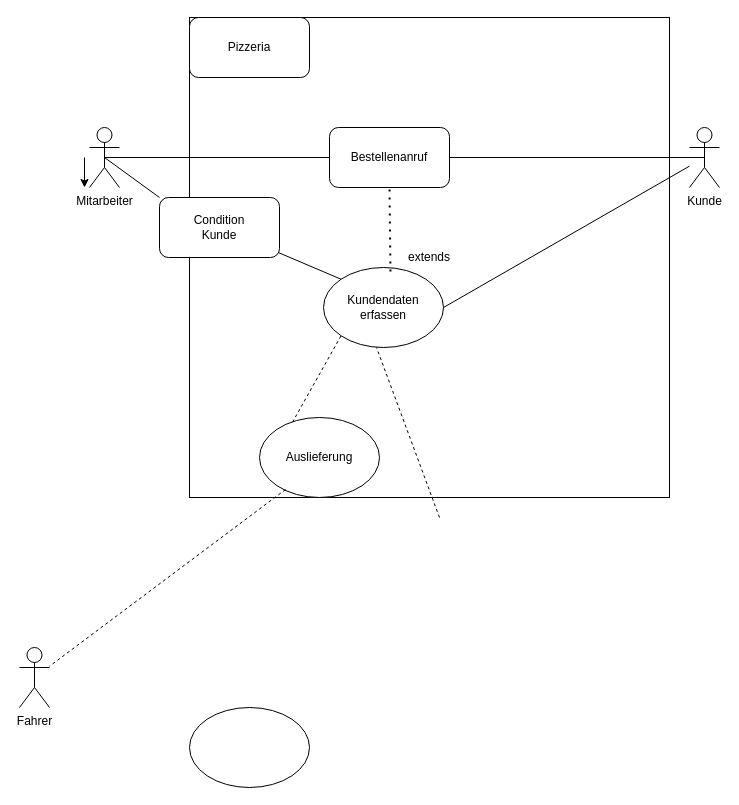
mjasim1965/11d_Klausurvorbereitung_OOP-3 keeps this draw.io diagram as page "Seite-2" (2 of 2) of Unbenanntes Diagramm.drawio. Above is the earlier version. Source tidied: cells renumbered, new cells numbered last; positions are measured from the earlier drawing's top-left corner, leaving out a move shared by most shapes. Both pictures are drawn from the tidied source at 100%, with x=0, y=0 at pixel (19, 17).
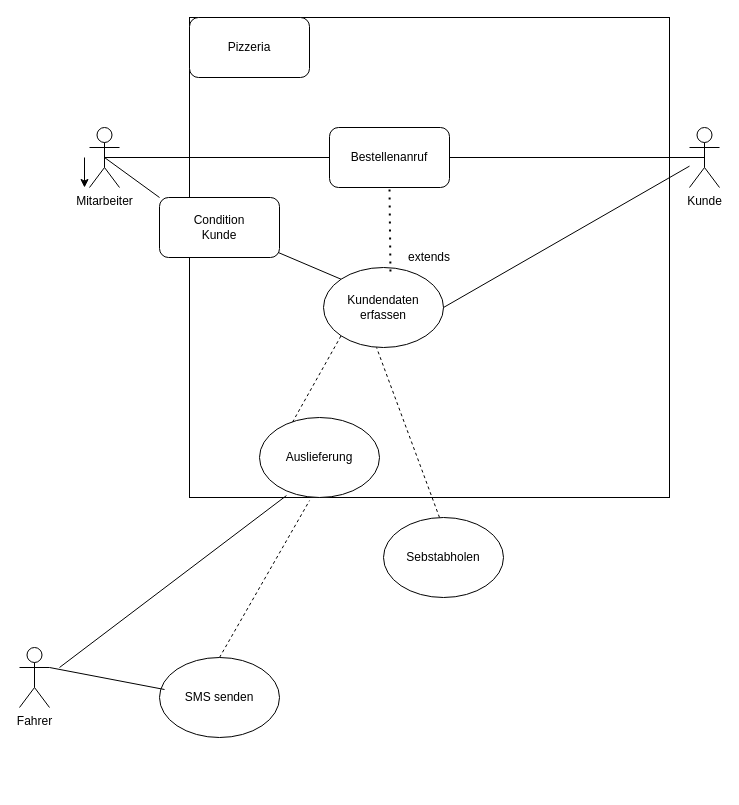
The same diagram, later.

The change refers to these unchanged cells:
```xml
<mxCell id="2" value="extends" style="whiteSpace=wrap;html=1;" parent="1" vertex="1">
  <mxGeometry x="170" width="480" height="480" as="geometry" />
</mxCell>
<mxCell id="16" value="Fahrer" style="shape=umlActor;verticalLabelPosition=bottom;verticalAlign=top;html=1;outlineConnect=0;" parent="1" vertex="1">
  <mxGeometry y="630" width="30" height="60" as="geometry" />
</mxCell>
<mxCell id="18" value="Auslieferung" style="ellipse;whiteSpace=wrap;html=1;" parent="1" vertex="1">
  <mxGeometry x="240" y="400" width="120" height="80" as="geometry" />
</mxCell>
```

Diff of the diagram source:
```diff
@@
-    <mxCell id="20" style="endArrow=none;dashed=1;html=1;rounded=0;exitX=0.217;exitY=0.9;exitDx=0;exitDy=0;exitPerimeter=0;" parent="1" edge="1" source="18" target="16">
-      <mxGeometry relative="1" as="geometry" />
-    </mxCell>
-    <mxCell id="21" style="ellipse;whiteSpace=wrap;html=1;" parent="1" vertex="1">
-      <mxGeometry x="170" y="690" width="120" height="80" as="geometry" />
+    <mxCell id="21" value="Sebstabholen" style="ellipse;whiteSpace=wrap;html=1;" parent="1" vertex="1">
+      <mxGeometry x="364" y="500" width="120" height="80" as="geometry" />
     </mxCell>
+    <mxCell id="22" style="endArrow=none;dashed=1;html=1;rounded=0;entryX=0.417;entryY=1.038;entryDx=0;entryDy=0;entryPerimeter=0;" parent="1" edge="1" target="18">
+      <mxGeometry relative="1" as="geometry">
+        <mxPoint x="200" y="640" as="sourcePoint" />
+      </mxGeometry>
+    </mxCell>
+    <mxCell id="23" value="SMS senden" style="ellipse;whiteSpace=wrap;html=1;" parent="1" vertex="1">
+      <mxGeometry x="140" y="640" width="120" height="80" as="geometry" />
+    </mxCell>
+    <mxCell id="24" style="endArrow=none;html=1;rounded=0;exitX=1;exitY=0.3333333333333333;exitDx=0;exitDy=0;exitPerimeter=0;entryX=0.042;entryY=0.4;entryDx=0;entryDy=0;entryPerimeter=0;" parent="1" edge="1" source="16" target="23">
+      <mxGeometry relative="1" as="geometry" />
+    </mxCell>
+    <mxCell id="25" style="endArrow=none;html=1;rounded=0;entryX=0.202;entryY=0.996;entryDx=0;entryDy=0;entryPerimeter=0;" parent="1" edge="1" target="2">
+      <mxGeometry relative="1" as="geometry">
+        <mxPoint x="40" y="650" as="sourcePoint" />
+      </mxGeometry>
+    </mxCell>
```
